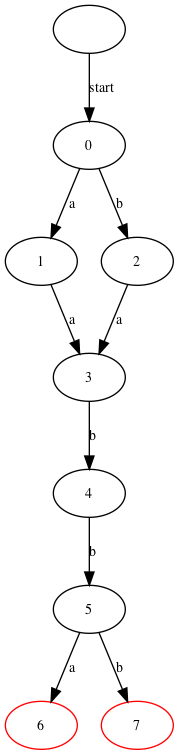
Above: NFAtoDFA.gv.png in Snowcying/NFAtoDFA (Graphviz), before the change. Its source is kept beside it as NFAtoDFA.gv.
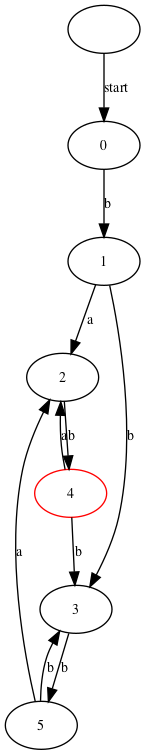
The same diagram one commit later.

What changed in the source:
```diff
@@ -1,19 +1,18 @@
 digraph {
 	0 [label=0]
-	0 -> 1 [label=a]
-	0 -> 2 [label=b]
+	0 -> 1 [label=b]
 	1 [label=1]
-	1 -> 3 [label=a]
+	1 -> 2 [label=a]
+	1 -> 3 [label=b]
 	2 [label=2]
-	2 -> 3 [label=a]
+	2 -> 4 [label=b]
 	3 [label=3]
-	3 -> 4 [label=b]
-	4 [label=4]
-	4 -> 5 [label=b]
+	3 -> 5 [label=b]
+	4 [label=4 color=red]
+	4 -> 2 [label=a]
+	4 -> 3 [label=b]
 	5 [label=5]
-	5 -> 6 [label=a]
-	5 -> 7 [label=b]
-	6 [label=6 color=red]
-	7 [label=7 color=red]
+	5 -> 2 [label=a]
+	5 -> 3 [label=b]
 	"" -> 0 [label=start]
 }
```
